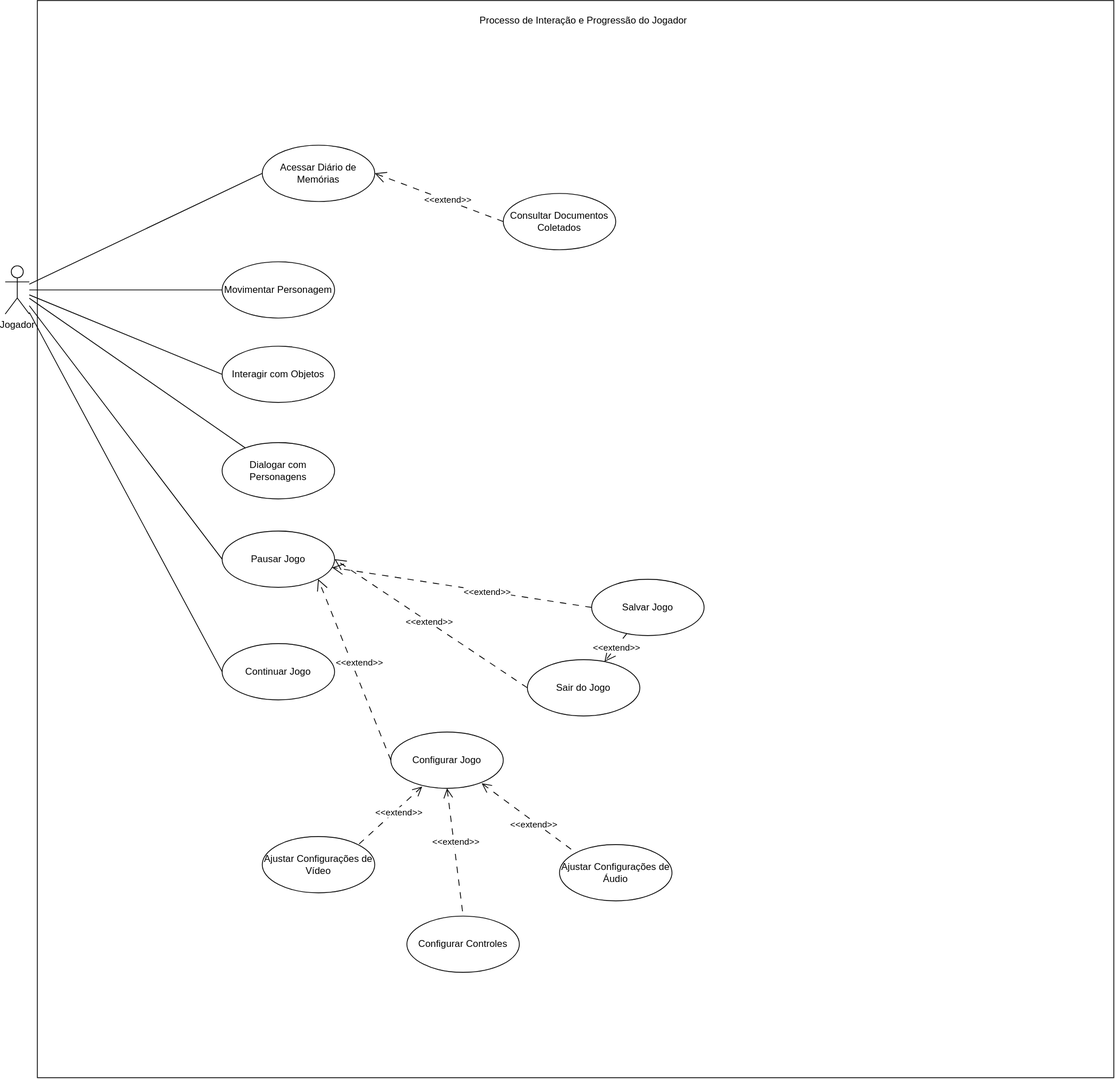
omatheusfaria/Ani keeps this draw.io diagram as docs/casos-de-uso/caso-de-uso.drawio.svg. Above is the earlier version. Source tidied: cells renumbered, new cells last; positions are measured from the earlier drawing's top-left corner, leaving out a move shared by most shapes.
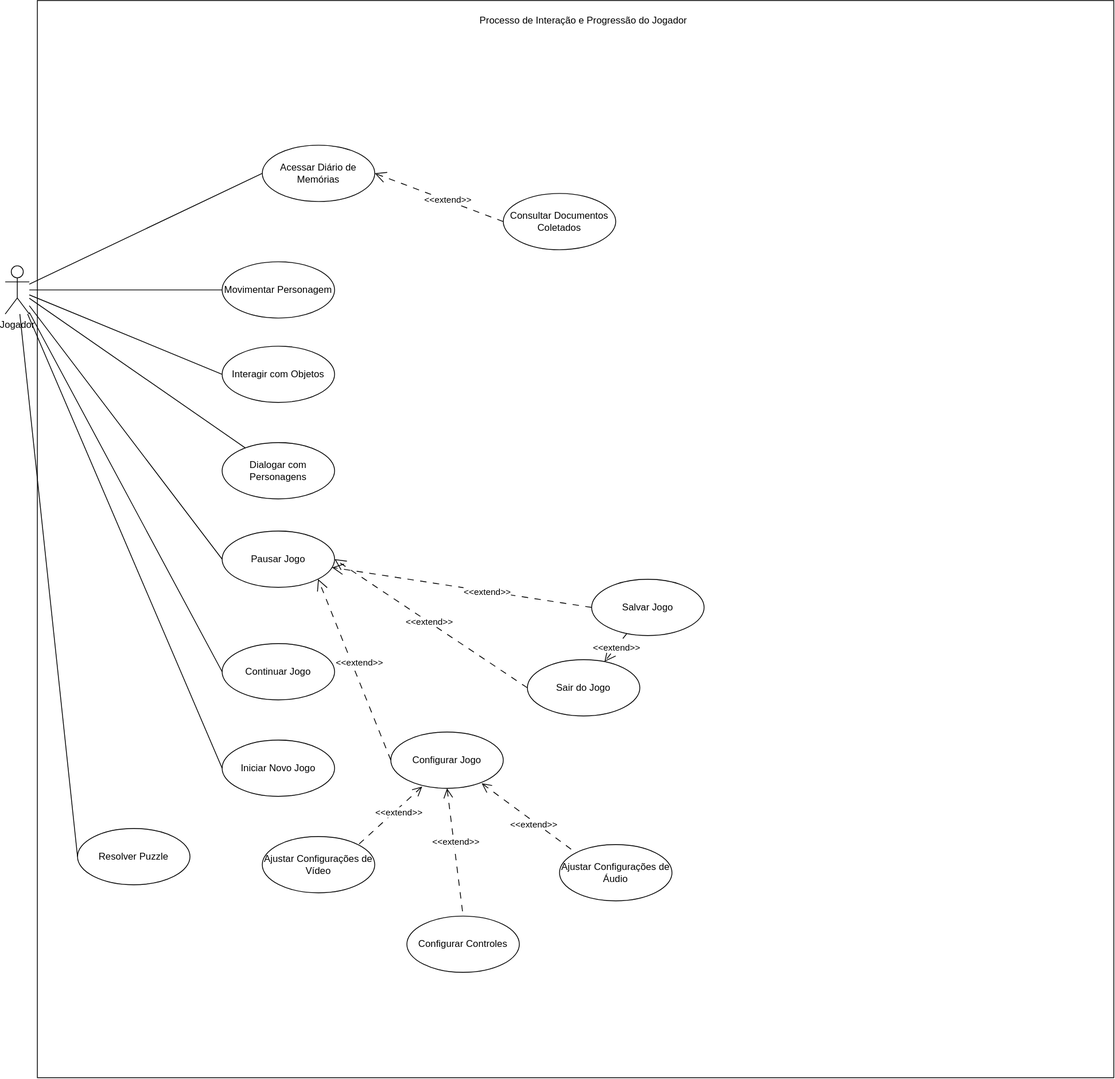
Above is the later version.

Commit message:
Reexporta o diagrama de casos de uso com UC-S014 e UC-S015

Change to the diagram source:
```diff
@@ -120,5 +120,17 @@
     <mxCell id="39" style="rounded=0;jettySize=auto;html=1;entryX=0;entryY=0.5;entryDx=0;entryDy=0;endArrow=none;endFill=0;" parent="1" edge="1" source="7" target="38">
       <mxGeometry relative="1" as="geometry" />
     </mxCell>
+    <mxCell id="40" value="Iniciar Novo Jogo" style="ellipse;whiteSpace=wrap;html=1;" parent="1" vertex="1">
+      <mxGeometry x="270" y="920" width="140" height="70" as="geometry" />
+    </mxCell>
+    <mxCell id="41" style="rounded=0;jettySize=auto;html=1;entryX=0;entryY=0.5;entryDx=0;entryDy=0;endArrow=none;endFill=0;" parent="1" edge="1" source="7" target="40">
+      <mxGeometry relative="1" as="geometry" />
+    </mxCell>
+    <mxCell id="42" value="Resolver Puzzle" style="ellipse;whiteSpace=wrap;html=1;" parent="1" vertex="1">
+      <mxGeometry x="90" y="1030" width="140" height="70" as="geometry" />
+    </mxCell>
+    <mxCell id="43" style="rounded=0;jettySize=auto;html=1;entryX=0;entryY=0.5;entryDx=0;entryDy=0;endArrow=none;endFill=0;" parent="1" edge="1" source="7" target="42">
+      <mxGeometry relative="1" as="geometry" />
+    </mxCell>
   </root>
 </mxGraphModel>
```
